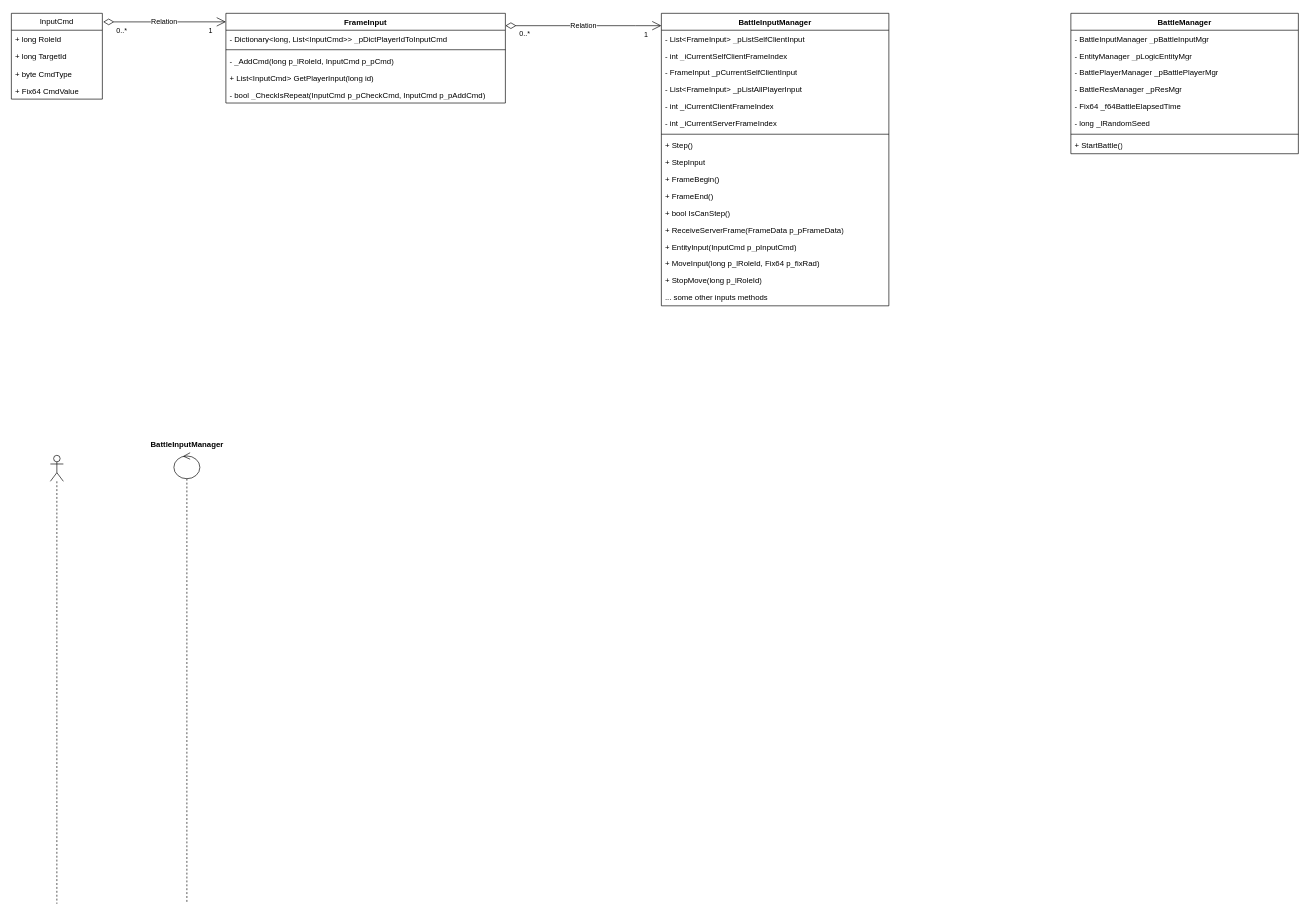
The draw.io diagram Unity/战斗/战斗.drawio in RookieGordon/Learning-Notes, before the edit. Source tidied: cells renumbered, new cells numbered last; positions are measured from the earlier drawing's top-left corner, leaving out a move shared by most shapes. Both pictures are drawn from the tidied source at 65%, with x=0, y=0 at pixel (11, 13).
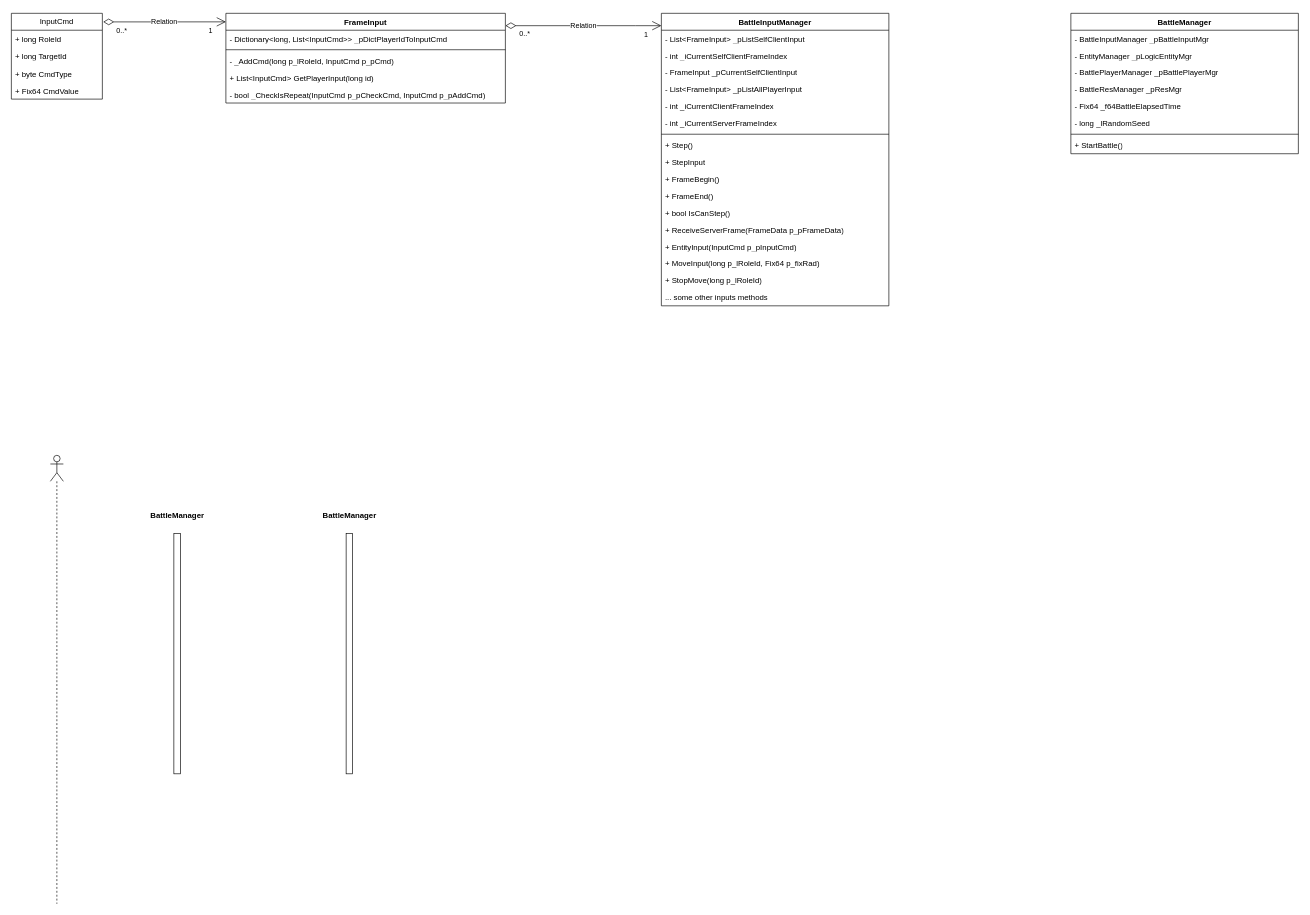
The same page after the edit.

Commit message:
vault backup: 2024-08-15 13:25:08

Diff of the diagram source:
```diff
@@
-    <mxCell id="47" style="shape=umlLifeline;perimeter=lifelinePerimeter;whiteSpace=wrap;html=1;newEdgeStyle={&quot;curved&quot;:0,&quot;rounded&quot;:0};participant=umlControl;" parent="1" vertex="1">
-      <mxGeometry x="250" y="676" width="40" height="694" as="geometry" />
-    </mxCell>
-    <mxCell id="48" value="BattleInputManager" style="text;align=center;fontStyle=1;verticalAlign=middle;spacingLeft=3;spacingRight=3;strokeColor=none;html=1;" parent="1" vertex="1">
-      <mxGeometry x="230" y="650" width="80" height="26" as="geometry" />
-    </mxCell>
+    <mxCell id="49" style="html=1;perimeter=orthogonalPerimeter;targetShapes=umlLifeline;newEdgeStyle={&quot;curved&quot;:0,&quot;rounded&quot;:0};" parent="1" vertex="1">
+      <mxGeometry x="250" y="800" width="10" height="370" as="geometry" />
+    </mxCell>
+    <mxCell id="50" value="BattleManager" style="text;align=center;fontStyle=1;verticalAlign=middle;spacingLeft=3;spacingRight=3;strokeColor=none;html=1;" parent="1" vertex="1">
+      <mxGeometry x="215" y="760" width="80" height="26" as="geometry" />
+    </mxCell>
+    <mxCell id="51" style="html=1;perimeter=orthogonalPerimeter;targetShapes=umlLifeline;newEdgeStyle={&quot;curved&quot;:0,&quot;rounded&quot;:0};" parent="1" vertex="1">
+      <mxGeometry x="515" y="800" width="10" height="370" as="geometry" />
+    </mxCell>
+    <mxCell id="52" value="BattleManager" style="text;align=center;fontStyle=1;verticalAlign=middle;spacingLeft=3;spacingRight=3;strokeColor=none;html=1;" parent="1" vertex="1">
+      <mxGeometry x="480" y="760" width="80" height="26" as="geometry" />
+    </mxCell>
```
